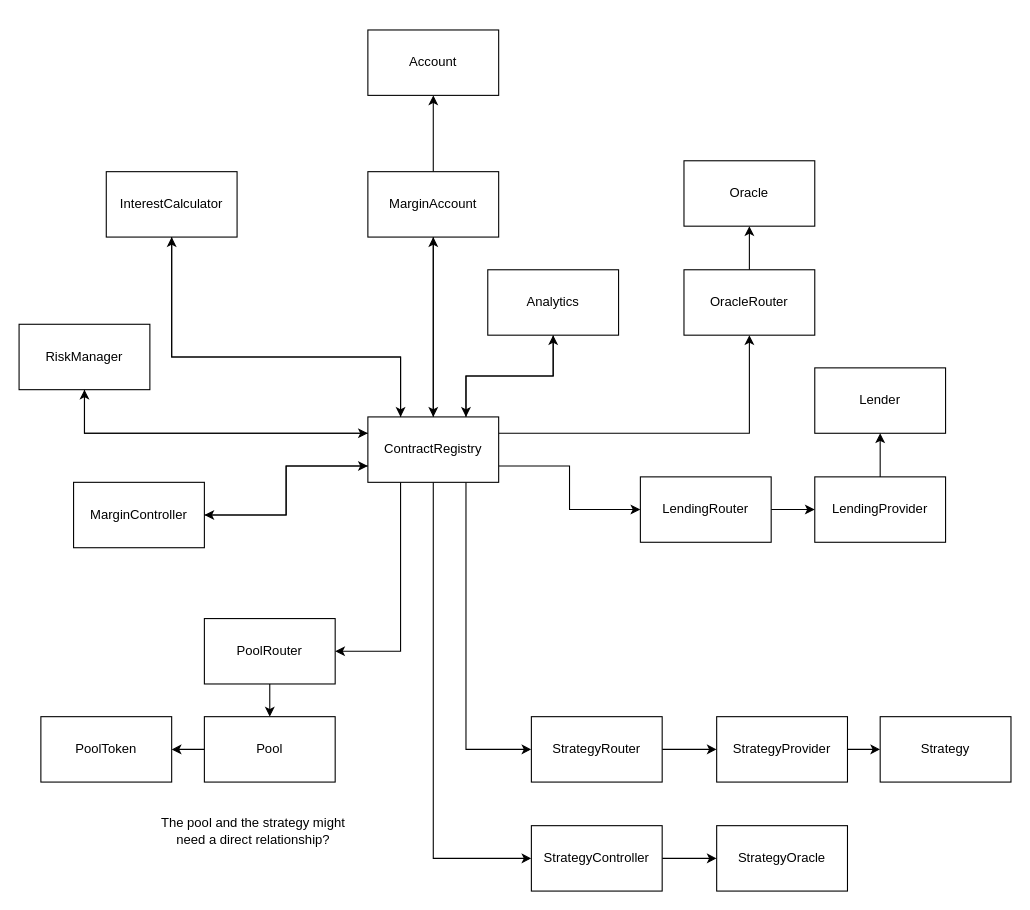
Before: TorqueV2.drawio in Torque-Money/Dev-Environment, a draw.io diagram. Source tidied: cells renumbered, new cells numbered last; positions are measured from the earlier drawing's top-left corner, leaving out a move shared by most shapes. Both pictures are drawn from the tidied source at 109%, with x=0, y=0 at pixel (-36, 29).
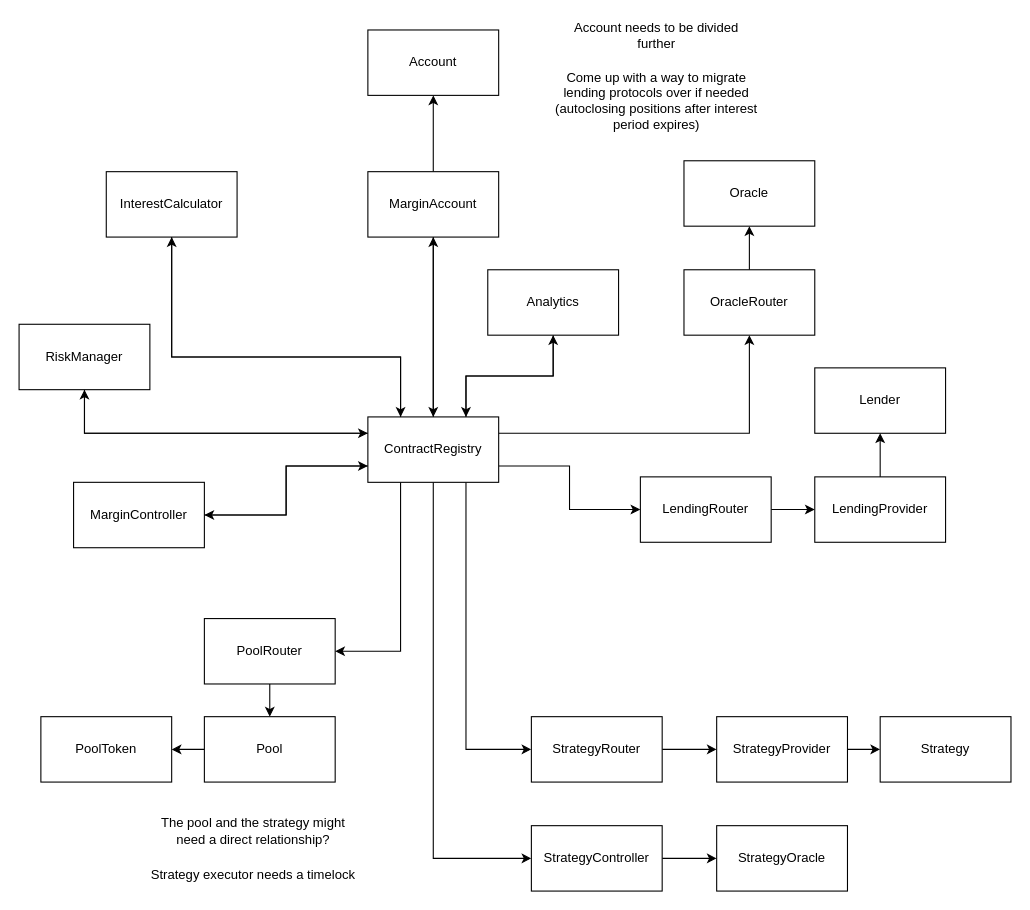
After the change.

Diff of the diagram source:
```diff
@@
+    <mxCell id="48" value="Strategy executor needs a timelock" style="text;html=1;strokeColor=none;fillColor=none;align=center;verticalAlign=middle;whiteSpace=wrap;rounded=0;" parent="1" vertex="1">
+      <mxGeometry x="170" y="760" width="190" height="30" as="geometry" />
+    </mxCell>
+    <mxCell id="49" value="Account needs to be divided further" style="text;html=1;strokeColor=none;fillColor=none;align=center;verticalAlign=middle;whiteSpace=wrap;rounded=0;" parent="1" vertex="1">
+      <mxGeometry x="540" y="-10" width="190" height="30" as="geometry" />
+    </mxCell>
+    <mxCell id="50" value="Come up with a way to migrate lending protocols over if needed (autoclosing positions after interest period expires)" style="text;html=1;strokeColor=none;fillColor=none;align=center;verticalAlign=middle;whiteSpace=wrap;rounded=0;" parent="1" vertex="1">
+      <mxGeometry x="540" y="30" width="190" height="70" as="geometry" />
+    </mxCell>
```
